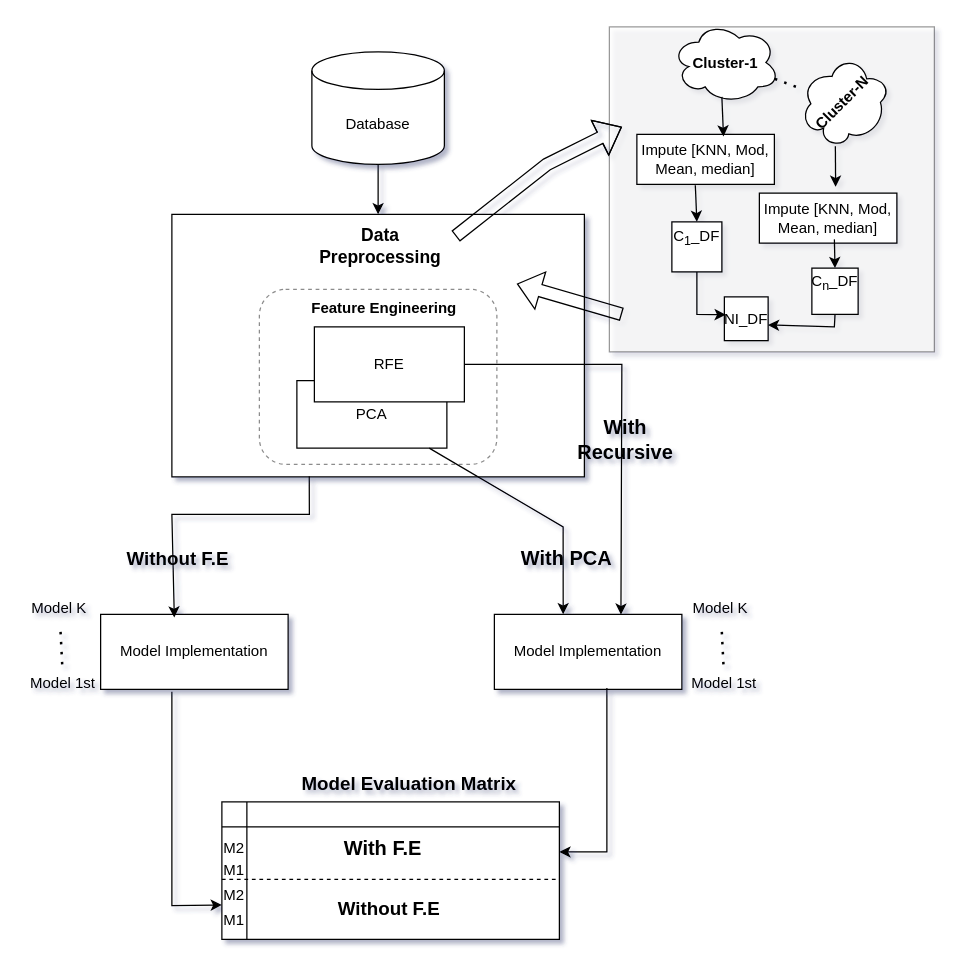
Earlier version of the draw.io diagram page "Page-1" (1 of 2) of archi-ml-preprocess.drawio (jonamadk/DrawIO). Source tidied: cells renumbered, new cells numbered last; positions are measured from the earlier drawing's top-left corner, leaving out a move shared by most shapes. Both pictures are drawn from the tidied source at 125%, with x=0, y=0 at pixel (21, 21).
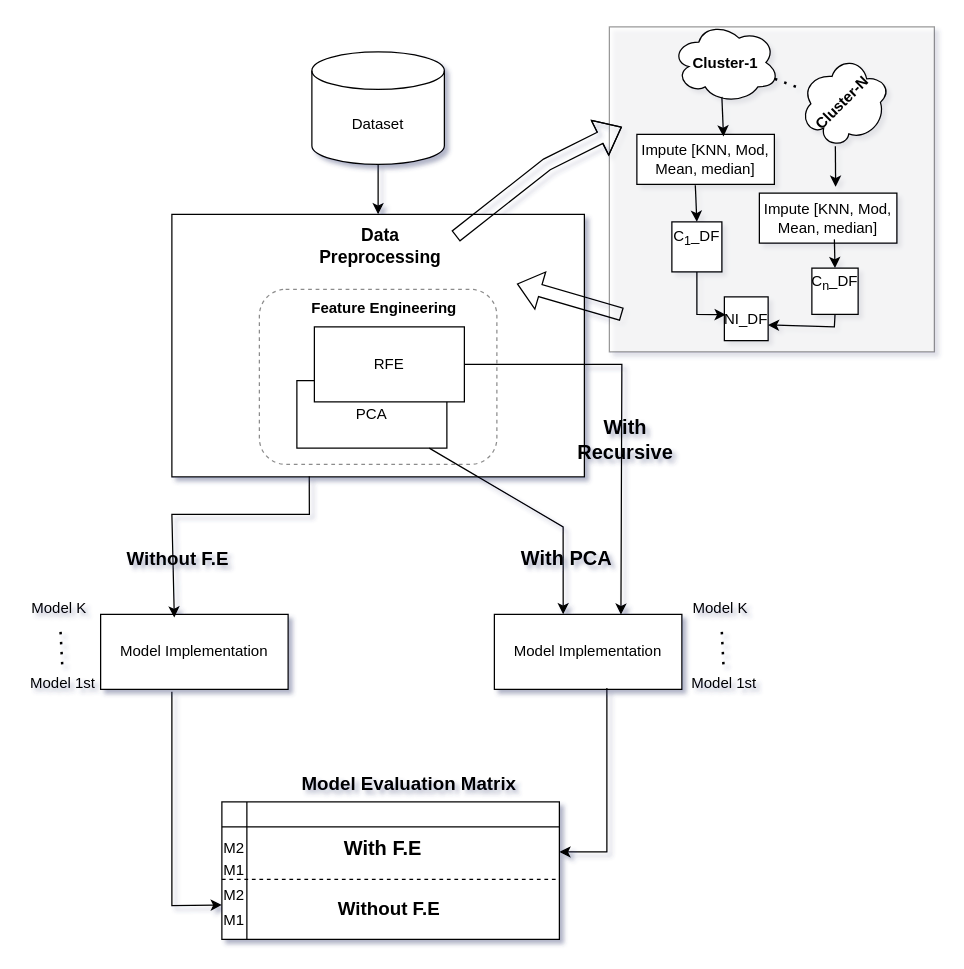
Above is the later version.

The change refers to these unchanged cells:
```xml
<mxCell id="2" style="group;" parent="1" vertex="1">
  <mxGeometry width="730" height="734" as="geometry" />
</mxCell>
```

Change to the diagram source:
```diff
@@
-    <mxCell id="5" value="Database" style="shape=cylinder3;whiteSpace=wrap;html=1;boundedLbl=1;backgroundOutline=1;size=15;" parent="2" vertex="1">
+    <mxCell id="5" value="Dataset" style="shape=cylinder3;whiteSpace=wrap;html=1;boundedLbl=1;backgroundOutline=1;size=15;" parent="2" vertex="1">
       <mxGeometry x="232" y="24" width="106" height="90" as="geometry" />
     </mxCell>
```
